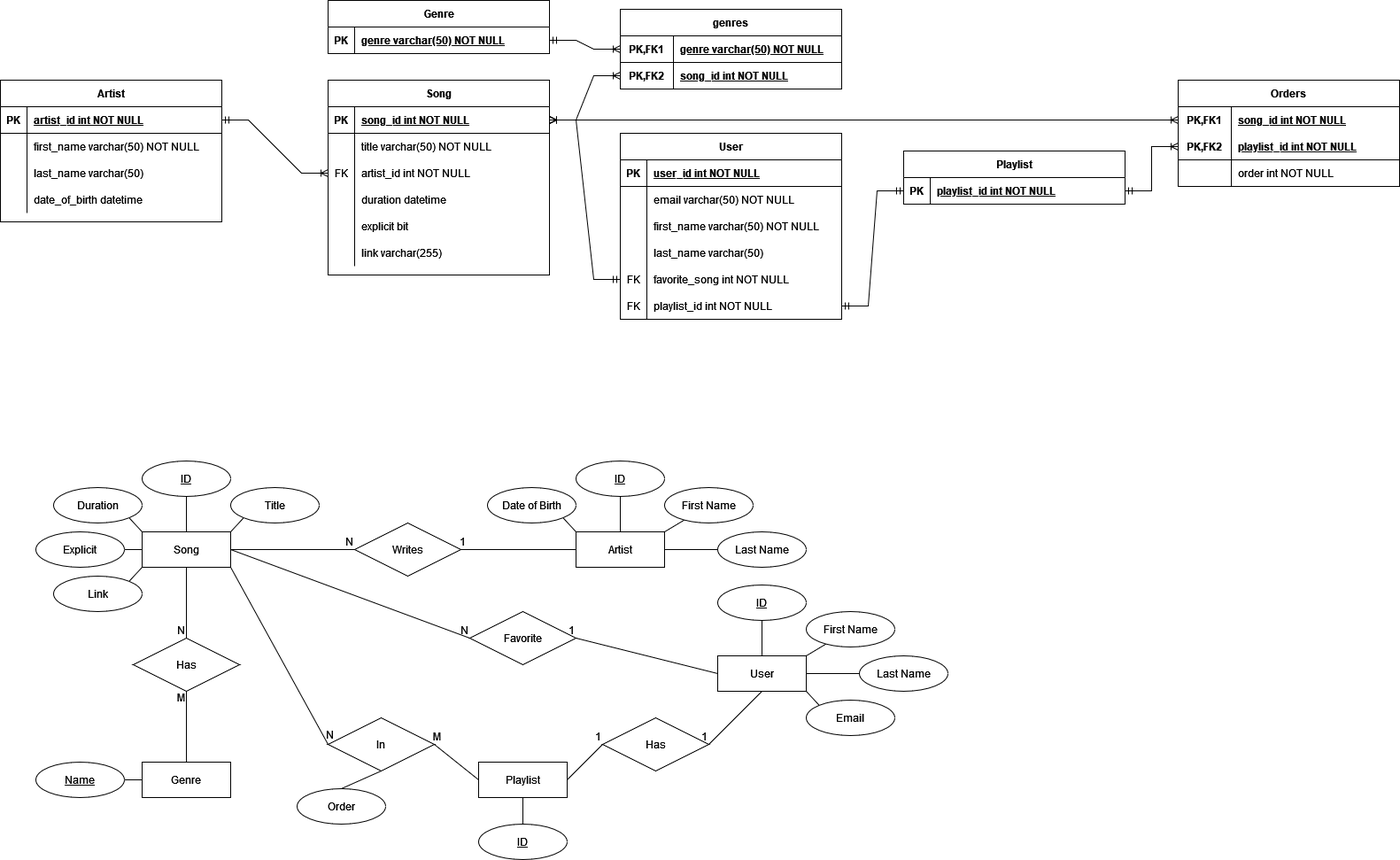
chris-pitre/ITSC-3155-Database-Design-Assignment keeps this draw.io diagram as Database Design Assignment ERD.png. Above is the earlier version. Source tidied: cells renumbered, new cells last; positions are measured from the earlier drawing's top-left corner, leaving out a move shared by most shapes.
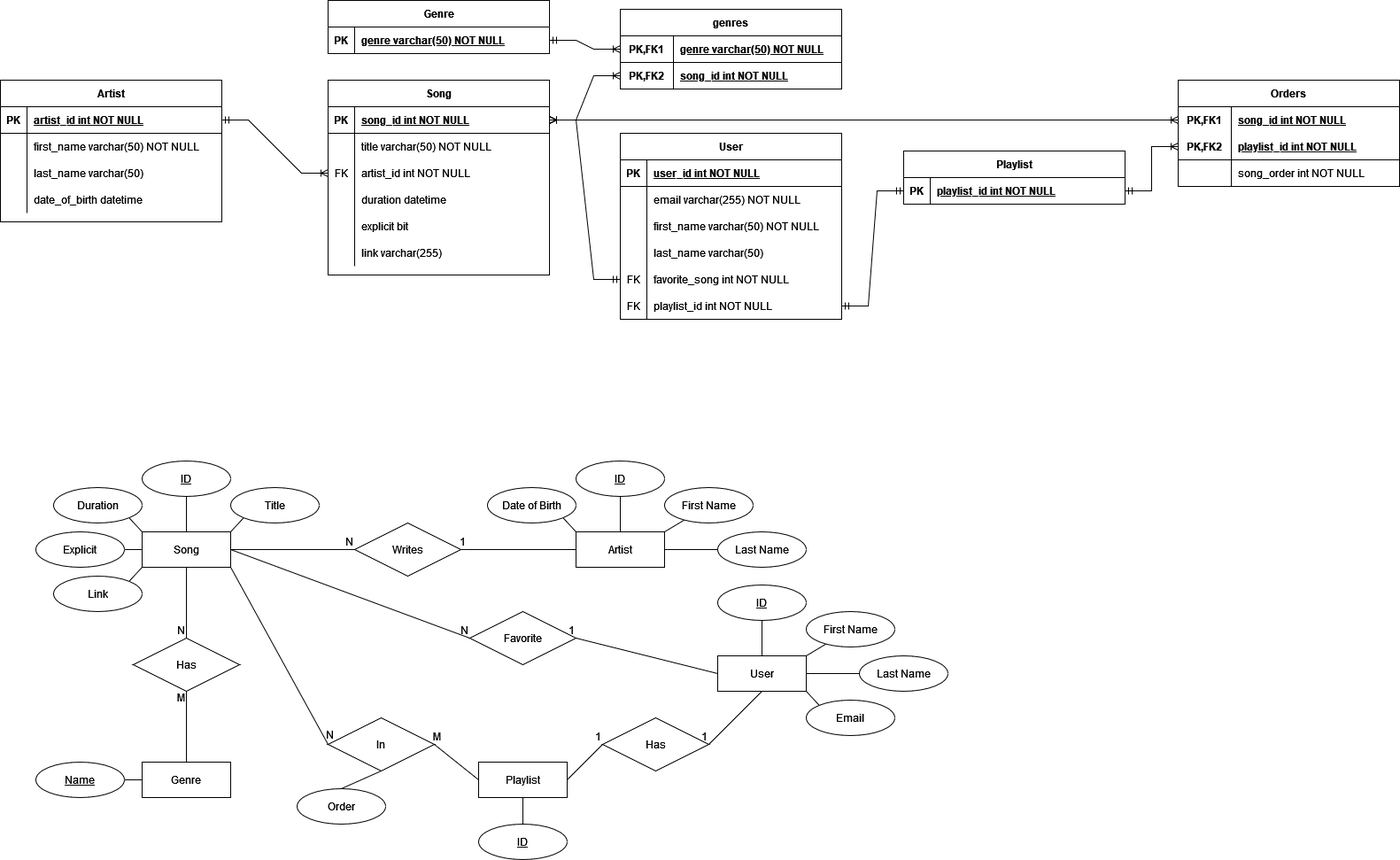
After the commit.

Commit message:
Updated ERD to better reflect schema

What changed in the source:
```diff
@@ -149,7 +149,7 @@
     <mxCell id="50" style="shape=partialRectangle;fillColor=none;top=0;left=0;bottom=0;right=0;overflow=hidden;whiteSpace=wrap;html=1;" parent="49" vertex="1">
       <mxGeometry width="30" height="30" as="geometry" />
     </mxCell>
-    <mxCell id="51" value="email varchar(50) NOT NULL" style="shape=partialRectangle;fillColor=none;top=0;left=0;bottom=0;right=0;align=left;spacingLeft=6;overflow=hidden;whiteSpace=wrap;html=1;" parent="49" vertex="1">
+    <mxCell id="51" value="&lt;div&gt;email varchar(255) NOT NULL&lt;/div&gt;" style="shape=partialRectangle;fillColor=none;top=0;left=0;bottom=0;right=0;align=left;spacingLeft=6;overflow=hidden;whiteSpace=wrap;html=1;" parent="49" vertex="1">
       <mxGeometry x="30" width="220" height="30" as="geometry" />
     </mxCell>
     <mxCell id="52" style="shape=tableRow;horizontal=0;startSize=0;swimlaneHead=0;swimlaneBody=0;fillColor=none;top=0;left=0;right=0;bottom=0;" parent="45" vertex="1">
@@ -227,7 +227,7 @@
     <mxCell id="76" style="shape=partialRectangle;fillColor=none;top=0;left=0;bottom=0;right=0;overflow=hidden;html=1;whiteSpace=wrap;" parent="75" vertex="1">
       <mxGeometry width="60" height="30" as="geometry" />
     </mxCell>
-    <mxCell id="77" value="order int NOT NULL" style="shape=partialRectangle;fillColor=none;top=0;left=0;bottom=0;right=0;align=left;spacingLeft=6;overflow=hidden;html=1;whiteSpace=wrap;" parent="75" vertex="1">
+    <mxCell id="77" value="song_order int NOT NULL" style="shape=partialRectangle;fillColor=none;top=0;left=0;bottom=0;right=0;align=left;spacingLeft=6;overflow=hidden;html=1;whiteSpace=wrap;" parent="75" vertex="1">
       <mxGeometry x="60" width="190" height="30" as="geometry" />
     </mxCell>
     <mxCell id="78" style="edgeStyle=entityRelationEdgeStyle;fontSize=12;html=1;endArrow=ERoneToMany;startArrow=ERmandOne;rounded=0;entryX=0;entryY=0.5;entryDx=0;entryDy=0;exitX=1;exitY=0.5;exitDx=0;exitDy=0;" parent="1" edge="1" source="3" target="22">
```
